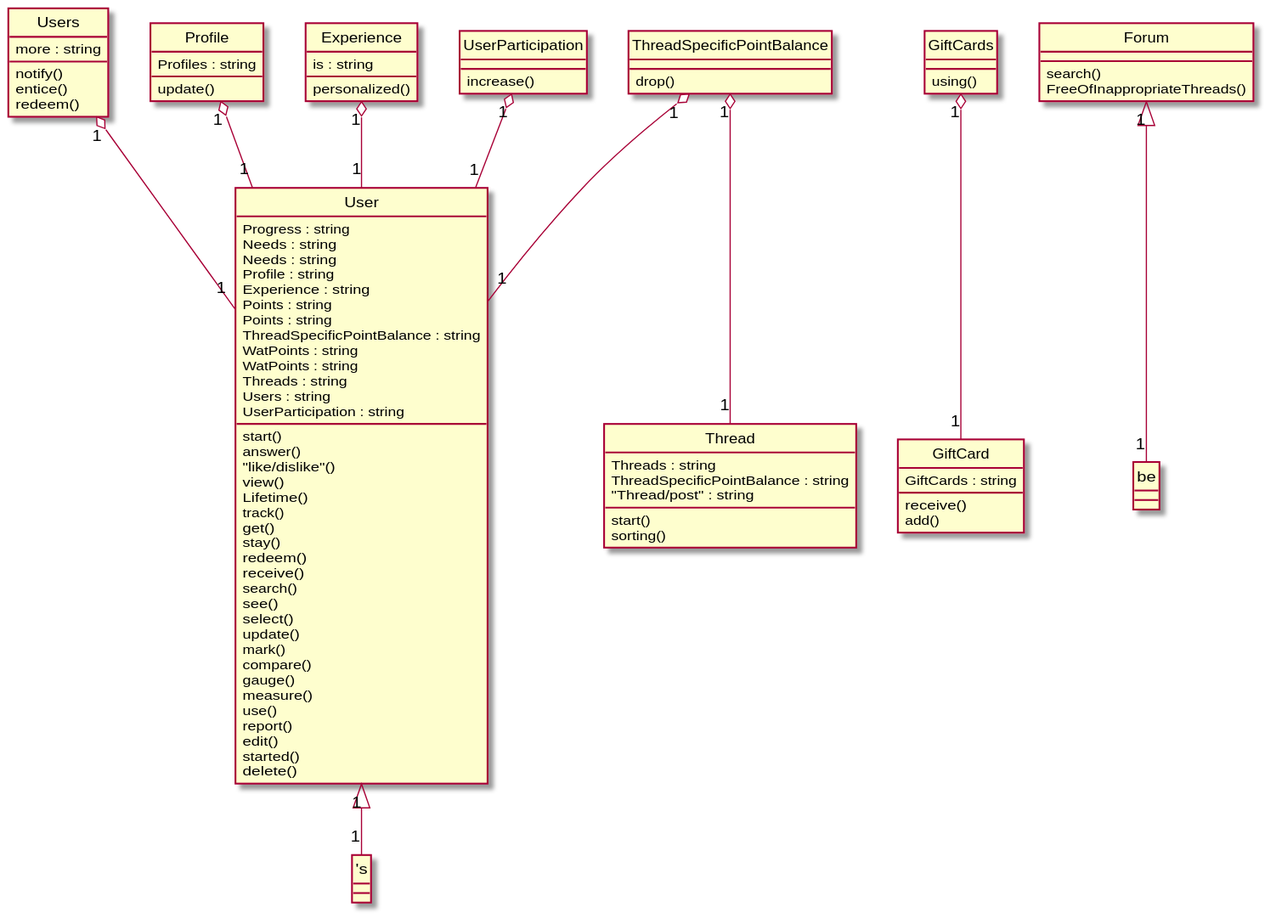
This is Diagrams/2014-USC-Project01.svg from xixixhalu/DomainModelExtractor, a PlantUML export, as it was before one commit.
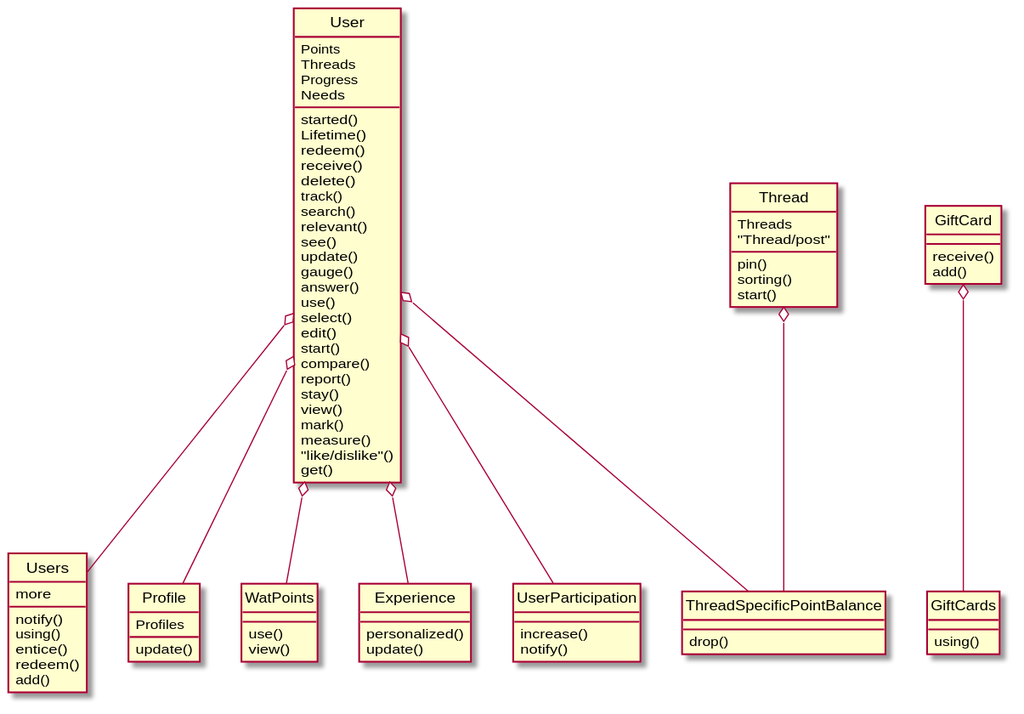
Later version of the same file.

Change to the diagram source:
```diff
@@ -1,89 +1,82 @@
 @startuml
 hide circle
 class User {
-	Progress : string
-	Needs : string
-	Needs : string
-	Profile : string
-	Experience : string
-	Points : string
-	Points : string
-	ThreadSpecificPointBalance : string
-	WatPoints : string
-	WatPoints : string
-	Threads : string
-	Users : string
-	UserParticipation : string
-	start()
-	answer()
-	"like/dislike"()
-	view()
+	Points
+	Threads
+	Progress
+	Needs
+	started()
 	Lifetime()
-	track()
-	get()
-	stay()
 	redeem()
 	receive()
+	delete()
+	track()
 	search()
+	relevant()
 	see()
+	update()
+	gauge()
+	answer()
+	use()
 	select()
-	update()
+	edit()
+	start()
+	compare()
+	report()
+	stay()
+	view()
 	mark()
-	compare()
-	gauge()
 	measure()
-	use()
-	report()
-	edit()
-	started()
-	delete()
+	"like/dislike"()
+	get()
 }
 class Users {
-	more : string
+	more
 	notify()
+	using()
 	entice()
 	redeem()
+	add()
 }
 class GiftCard {
-	GiftCards : string
 	receive()
 	add()
 }
 class Profile {
-	Profiles : string
+	Profiles
 	update()
 }
 class Thread {
-	Threads : string
-	ThreadSpecificPointBalance : string
-	"Thread/post" : string
+	Threads
+	"Thread/post"
+	pin()
+	sorting()
 	start()
-	sorting()
-}
-class Experience {
-	is : string
-	personalized()
 }
 class GiftCards {
 	using()
 }
-class UserParticipation {
-	increase()
+class WatPoints {
+	use()
+	view()
+}
+class Experience {
+	personalized()
+	update()
 }
 class ThreadSpecificPointBalance {
 	drop()
 }
-class Forum {
-	search()
-	FreeOfInappropriateThreads()
+class UserParticipation {
+	increase()
+	notify()
 }
-Forum "1" <|-- "1" be
-ThreadSpecificPointBalance "1" o-- "1" User
-Users "1" o-- "1" User
-GiftCards "1" o-- "1" GiftCard
-Profile "1" o-- "1" User
-ThreadSpecificPointBalance "1" o-- "1" Thread
-Experience "1" o-- "1" User
-UserParticipation "1" o-- "1" User
-User "1" <|-- "1" "'s"
+User o-- ThreadSpecificPointBalance
+User o-- UserParticipation
+User o-- Users
+GiftCard o-- GiftCards
+User o-- Profile
+Thread o-- ThreadSpecificPointBalance
+User o-- WatPoints
+User o-- Experience
 @enduml
```
